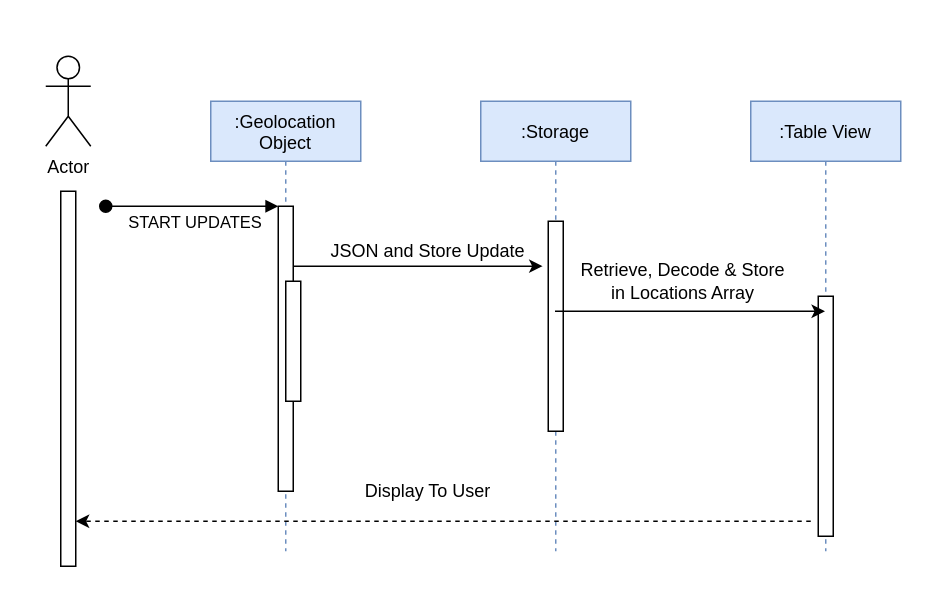
Earlier version of the draw.io diagram SequenceStorage.drawio (willdonlan8/test). Source tidied: cells renumbered, new cells numbered last; positions are measured from the earlier drawing's top-left corner, leaving out a move shared by most shapes. Both pictures are drawn from the tidied source at 150%, with x=0, y=0 at pixel (45, 56).
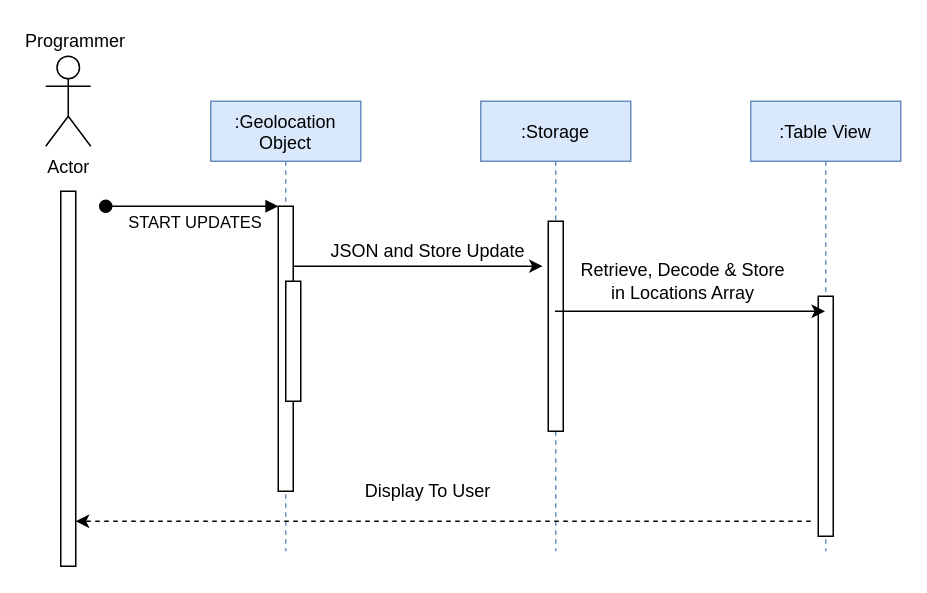
The same diagram, later.

Change to the diagram source:
```diff
@@
+    <mxCell id="18" value="Programmer" style="text;html=1;strokeColor=none;fillColor=none;align=center;verticalAlign=middle;whiteSpace=wrap;rounded=0;" parent="1" vertex="1">
+      <mxGeometry y="-20" width="40" height="20" as="geometry" />
+    </mxCell>
```
